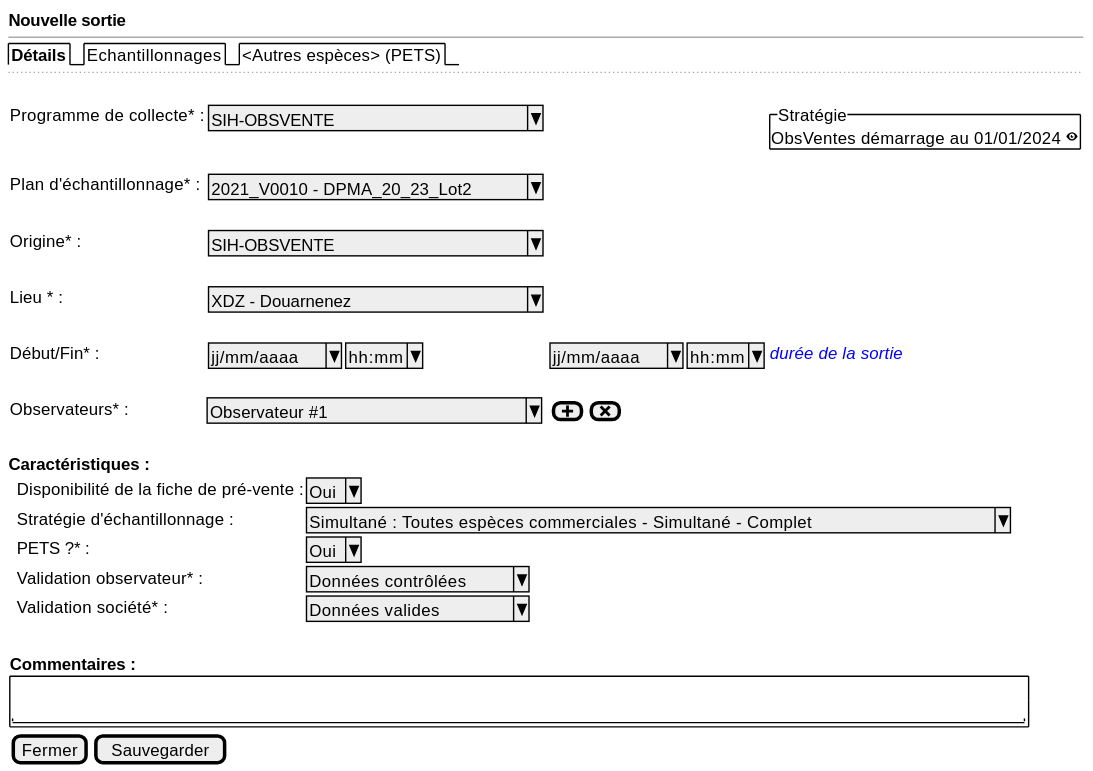
sumaris-net/sumaris-doc keeps this PlantUML diagram as projects/obsvente/spe/images/observed-location-new.svg. Above is the earlier version. Its source is kept beside it as projects/obsvente/spe/images/observed-location-new.puml. Source of this version:
```plantuml
@startsalt
{
  <b>Nouvelle sortie
  --
  {/ <b>Détails | Echantillonnages | <Autres espèces> (PETS)}
  ..
  .
  {

      Programme de collecte* :    | { ^SIH-OBSVENTE                ^ } | * | {^"Stratégie"
                                                                                              ObsVentes démarrage au 01/01/2024 <&eye> }
      Plan d'échantillonnage* :    | { ^2021_V0010 - DPMA_20_23_Lot2^}
      .
      Origine* :    | { ^SIH-OBSVENTE                ^ }
      .
      Lieu * :     | { ^XDZ - Douarnenez            ^ }
      .
      Début/Fin* :     | { ^jj/mm/aaaa^  |  ^hh:mm^ } { ^jj/mm/aaaa^  |  ^hh:mm^ } <i><color:blue>durée de la sortie
      .
      Observateurs* :            | ^ Observateur #1             ^ | { [<&plus>] | [<&x>] }
      .


  }

  <b>Caractéristiques :

  {
      . | Disponibilité de la fiche de pré-vente :| ^Oui^
      . | Stratégie d'échantillonnage : | ^Simultané : Toutes espèces commerciales - Simultané - Complet^
      . | PETS ?* : | ^Oui^
      . | Validation observateur* : | ^Données contrôlées^
      . | Validation société* : | ^Données valides   ^
      . | .
  }


  {
     <b>Commentaires :

     {+ .
        "                                                                                          "
     }
  }

  { [Fermer] | [Sauvegarder] }
}
@endsalt
```
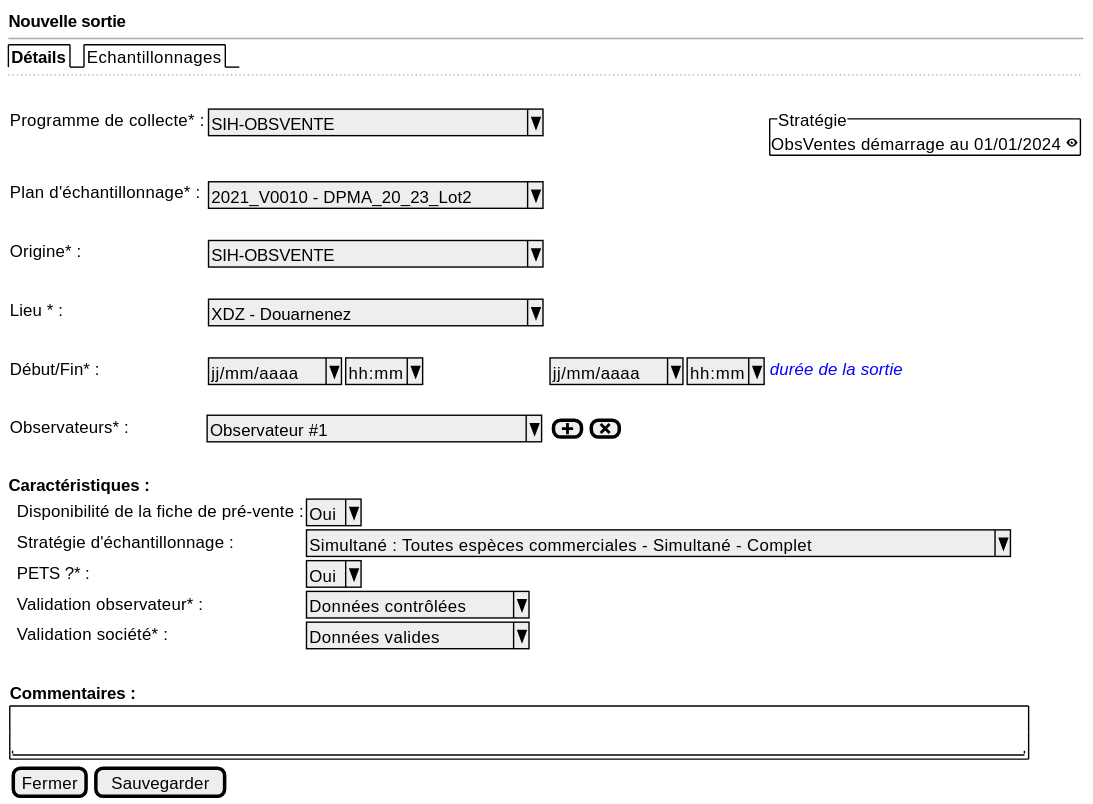
After the commit.

Change to the diagram source:
```diff
@@ -2,7 +2,7 @@
 {
   <b>Nouvelle sortie
   --
-  {/ <b>Détails | Echantillonnages | <Autres espèces> (PETS)}
+  {/ <b>Détails | Echantillonnages}
   ..
   .
   {
```
